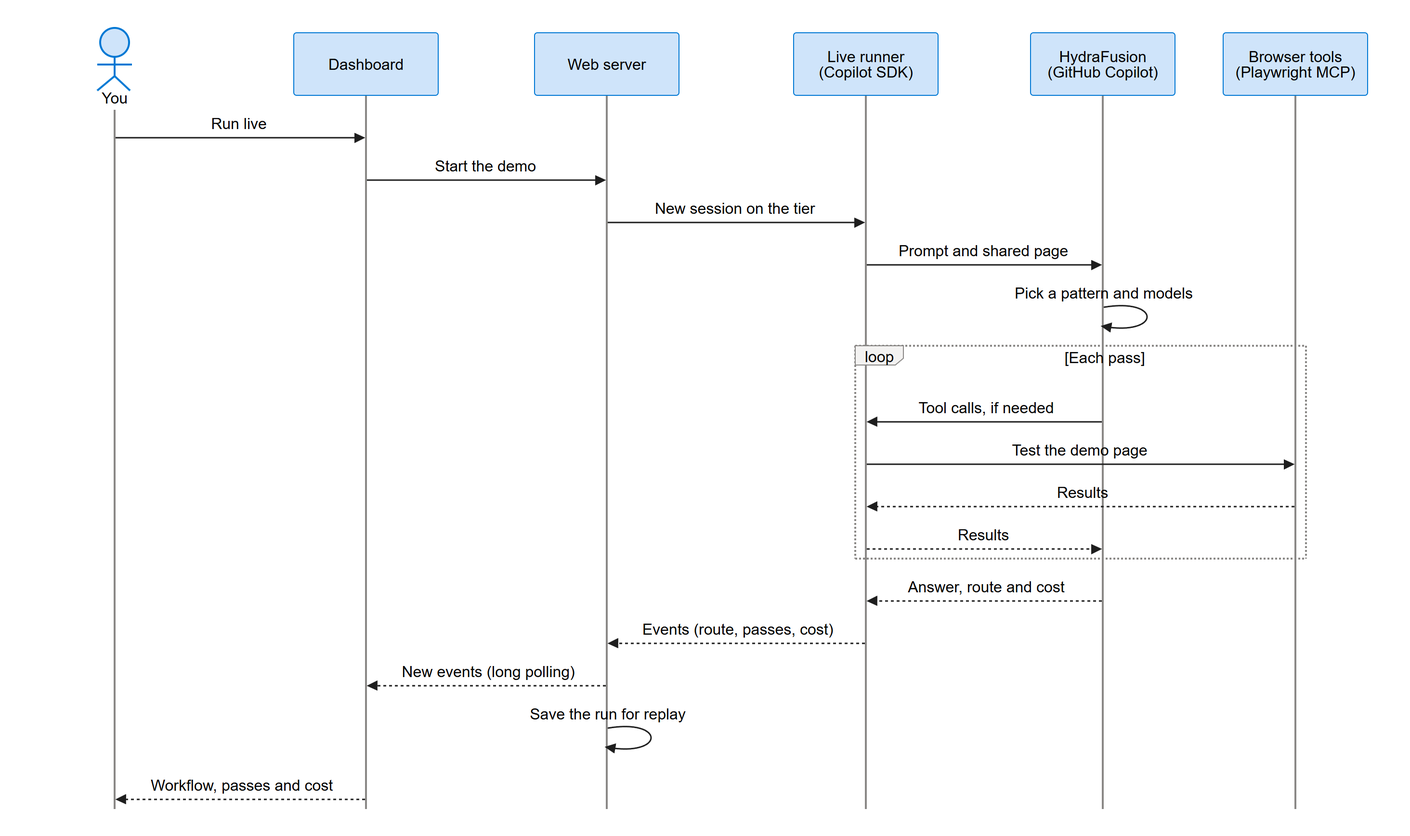
This is docs/sequence.png from roryp/hydrafusion, a Mermaid export, as it was before one commit. Its source is kept beside it as docs/sequence.mmd. The source it was exported from:
```mermaid
---
config:
  theme: base
  fontFamily: Helvetica, Arial, sans-serif
  themeVariables:
    fontFamily: Helvetica, Arial, sans-serif
    actorBkg: "#CFE4FA"
    actorBorder: "#0078D4"
    actorTextColor: "#000000"
    actorLineColor: "#8A8886"
    signalColor: "#1E1E1E"
    signalTextColor: "#000000"
    labelBoxBkgColor: "#F3F2F1"
    labelBoxBorderColor: "#8A8886"
    labelTextColor: "#000000"
    loopTextColor: "#000000"
  sequence:
    mirrorActors: false
    useMaxWidth: false
    diagramMarginX: 20
    diagramMarginY: 10
    actorFontFamily: Helvetica, Arial, sans-serif
    messageFontFamily: Helvetica, Arial, sans-serif
    noteFontFamily: Helvetica, Arial, sans-serif
    actorFontSize: 16
    messageFontSize: 16
---
sequenceDiagram
    actor You
    participant D as Dashboard
    participant S as Web server
    participant R as Live runner<br/>(Copilot SDK)
    participant H as HydraFusion<br/>(GitHub Copilot)
    participant B as Browser tools<br/>(Playwright MCP)

    You->>D: Run live
    D->>S: Start the demo
    S->>R: New session on the tier
    R->>H: Prompt and shared page
    H->>H: Pick a pattern and models
    loop Each pass
        H->>R: Tool calls, if needed
        R->>B: Test the demo page
        B-->>R: Results
        R-->>H: Results
    end
    H-->>R: Answer, route and cost
    R-->>S: Events (route, passes, cost)
    S-->>D: New events (long polling)
    S->>S: Save the run for replay
    D-->>You: Workflow, passes and cost
```
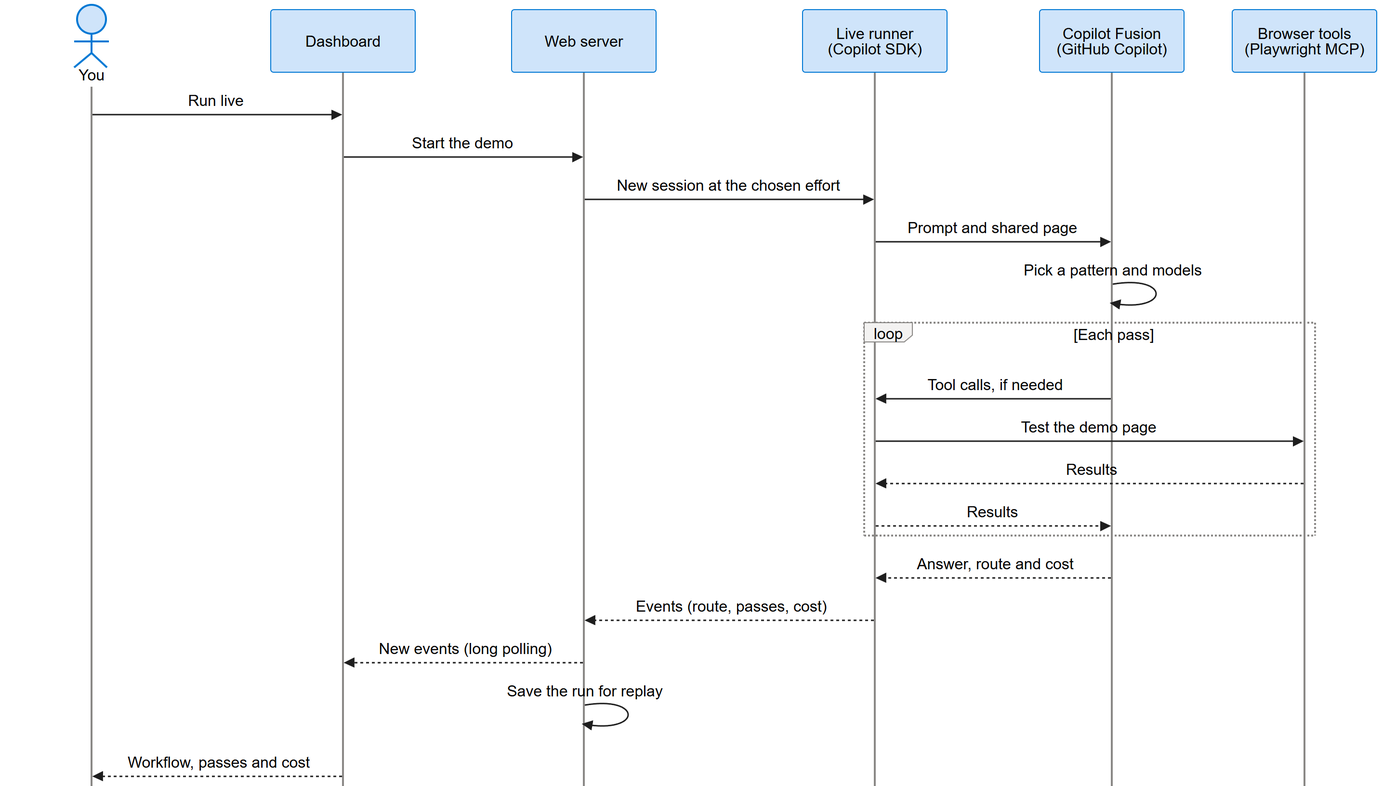
Later version of the same file.

The edit, as a diff of the source:
```diff
@@ -30,12 +30,12 @@
     participant D as Dashboard
     participant S as Web server
     participant R as Live runner<br/>(Copilot SDK)
-    participant H as HydraFusion<br/>(GitHub Copilot)
+    participant H as Copilot Fusion<br/>(GitHub Copilot)
     participant B as Browser tools<br/>(Playwright MCP)
 
     You->>D: Run live
     D->>S: Start the demo
-    S->>R: New session on the tier
+    S->>R: New session at the chosen effort
     R->>H: Prompt and shared page
     H->>H: Pick a pattern and models
     loop Each pass
```
